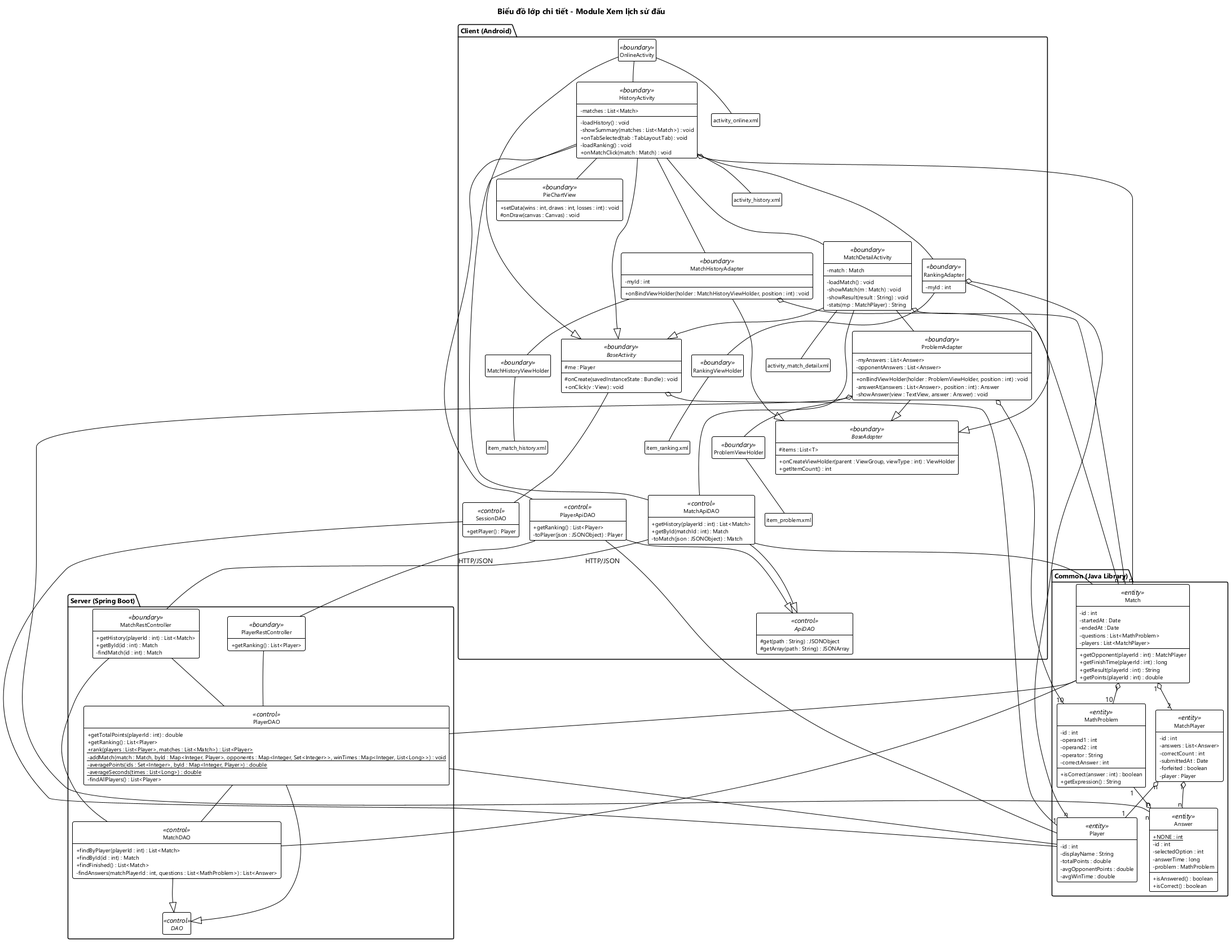
This is docs/hung/lop-thiet-ke-uc04.png from HungNguyenBa1811/math-dash, a PlantUML export, as it was before one commit.
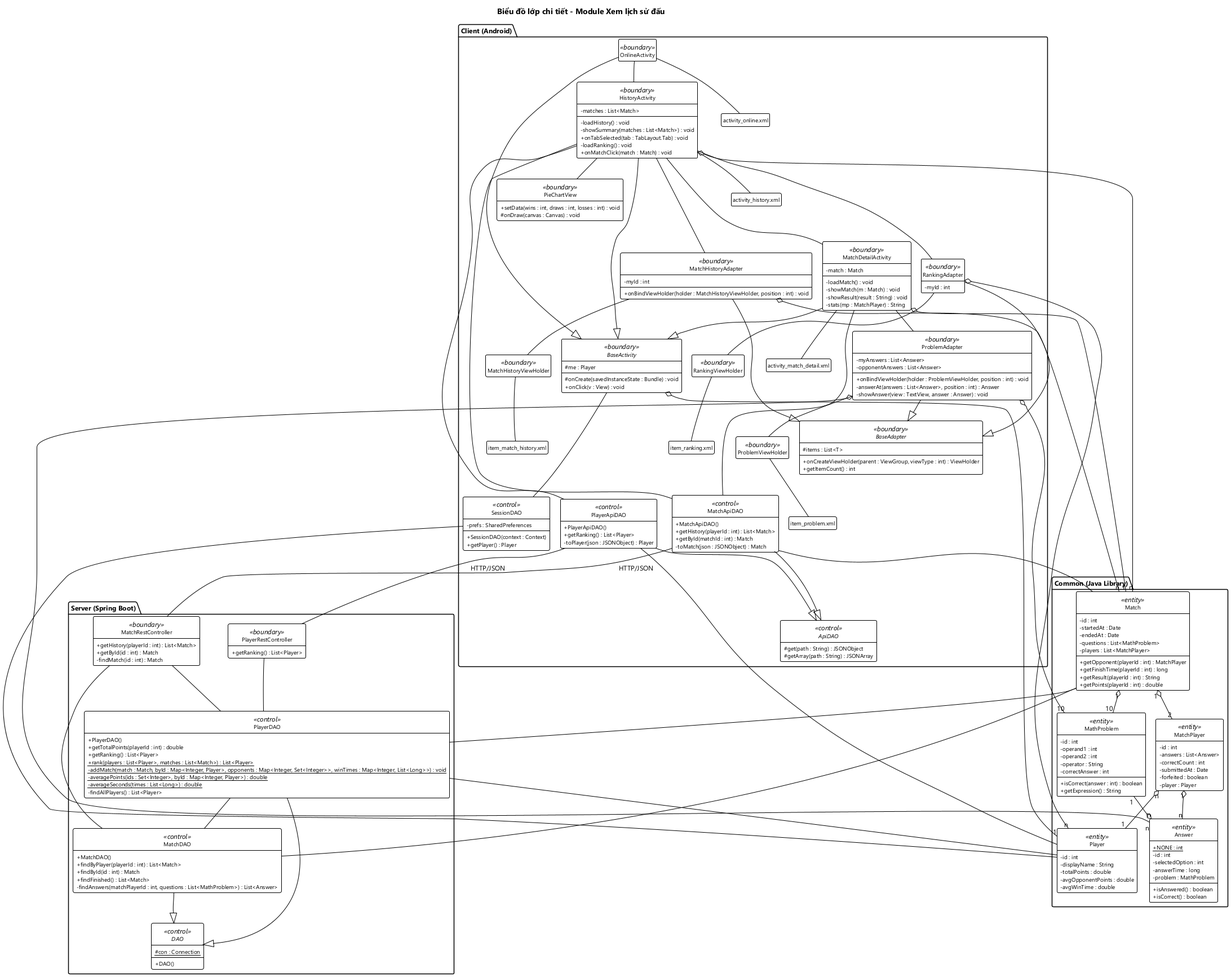
Above is the later version.

What changed in the source:
```diff
@@ -59,6 +59,8 @@
   class "activity_match_detail.xml" as xmlDetail
   class "item_problem.xml" as xmlItemProblem
   class SessionDAO <<control>> {
+    - prefs : SharedPreferences
+    + SessionDAO(context : Context)
     + getPlayer() : Player
   }
   abstract class ApiDAO <<control>> {
@@ -66,11 +68,13 @@
     # getArray(path : String) : JSONArray
   }
   class MatchApiDAO <<control>> {
+    + MatchApiDAO()
     + getHistory(playerId : int) : List<Match>
     + getById(matchId : int) : Match
     - toMatch(json : JSONObject) : Match
   }
   class PlayerApiDAO <<control>> {
+    + PlayerApiDAO()
     + getRanking() : List<Player>
     - toPlayer(json : JSONObject) : Player
   }
@@ -133,15 +137,18 @@
     + getRanking() : List<Player>
   }
   abstract class "DAO" as SDAO <<control>> {
-
+    # {static} con : Connection
+    + DAO()
   }
   class MatchDAO <<control>> {
+    + MatchDAO()
     + findByPlayer(playerId : int) : List<Match>
     + findById(id : int) : Match
     + findFinished() : List<Match>
     - findAnswers(matchPlayerId : int, questions : List<MathProblem>) : List<Answer>
   }
   class PlayerDAO <<control>> {
+    + PlayerDAO()
     + getTotalPoints(playerId : int) : double
     + getRanking() : List<Player>
     + {static} rank(players : List<Player>, matches : List<Match>) : List<Player>
```
